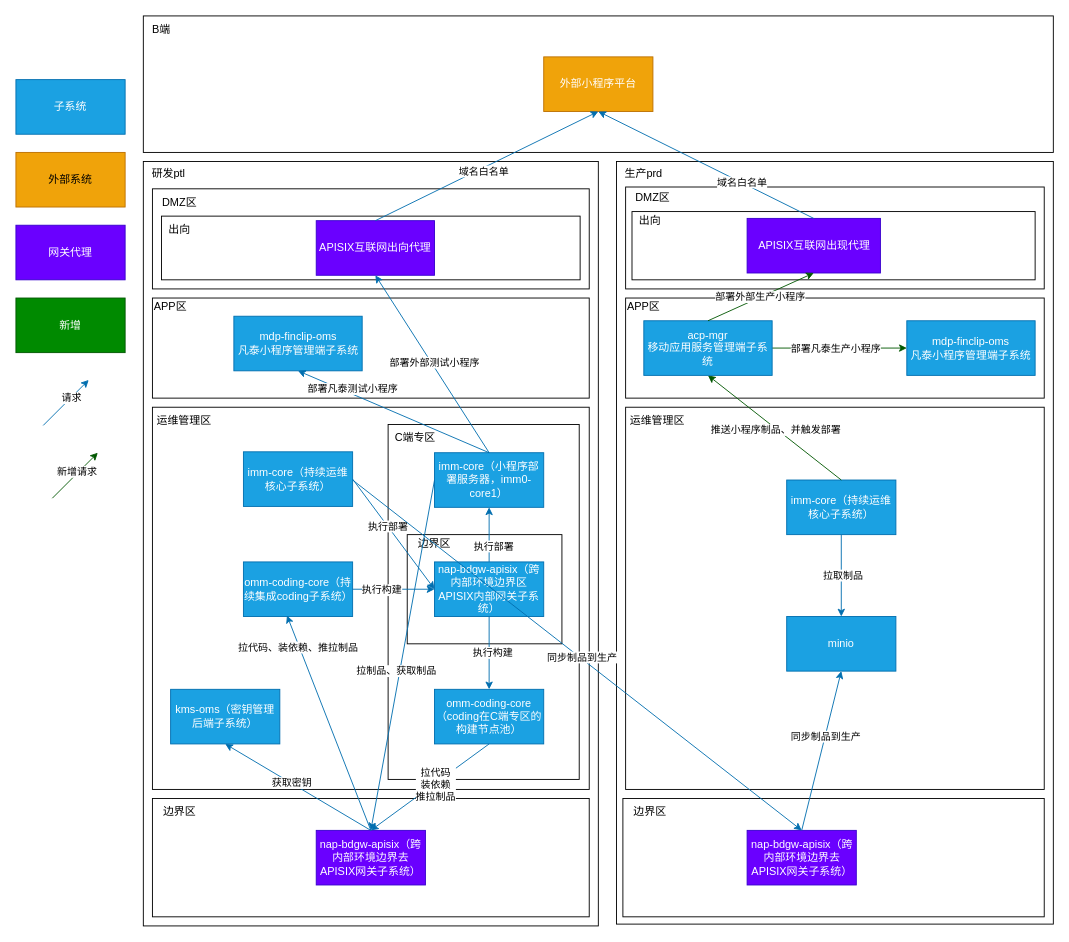
Above: 小程序发布部署架构图-生产有C端专区--发ptl finclip--生产cos.drawio in lao-chengyong/- (draw.io), before the change. Source tidied: cells renumbered, new cells numbered last; positions are measured from the earlier drawing's top-left corner, leaving out a move shared by most shapes. Both pictures are drawn from the tidied source at 91%, with x=0, y=0 at pixel (15, 15).
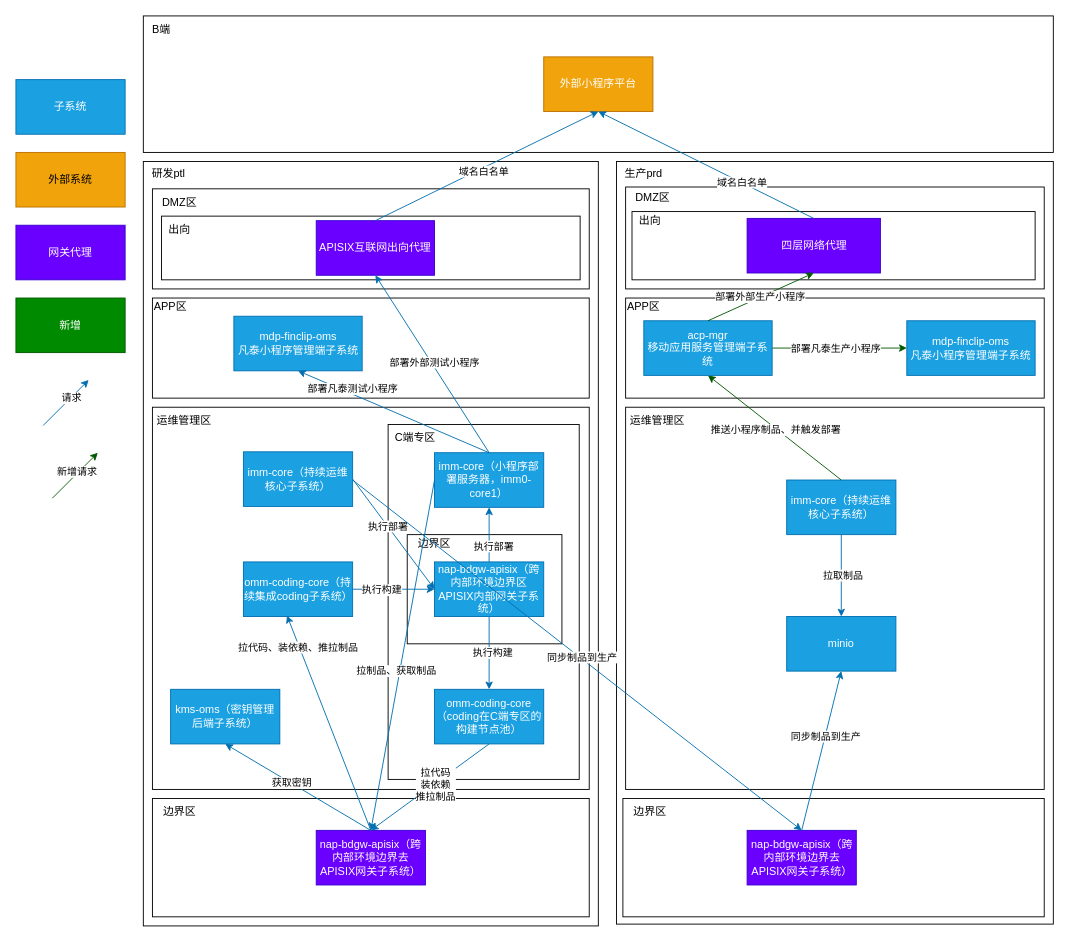
The same page after the edit.

Commit message:
更新小程序发布部署架构图-生产有C端专区--发ptl finclip--生产cos.drawio

Change to the diagram source:
```diff
@@
-    <mxCell id="28" value="APISIX互联网出现代理" style="rounded=0;whiteSpace=wrap;html=1;fillColor=#6a00ff;fontColor=#ffffff;strokeColor=#3700CC;" parent="1" vertex="1">
+    <mxCell id="28" value="四层网络代理" style="rounded=0;whiteSpace=wrap;html=1;fillColor=#6a00ff;fontColor=#ffffff;strokeColor=#3700CC;" parent="1" vertex="1">
       <mxGeometry x="803.5" y="222.5" width="146.5" height="60" as="geometry" />
     </mxCell>
```
